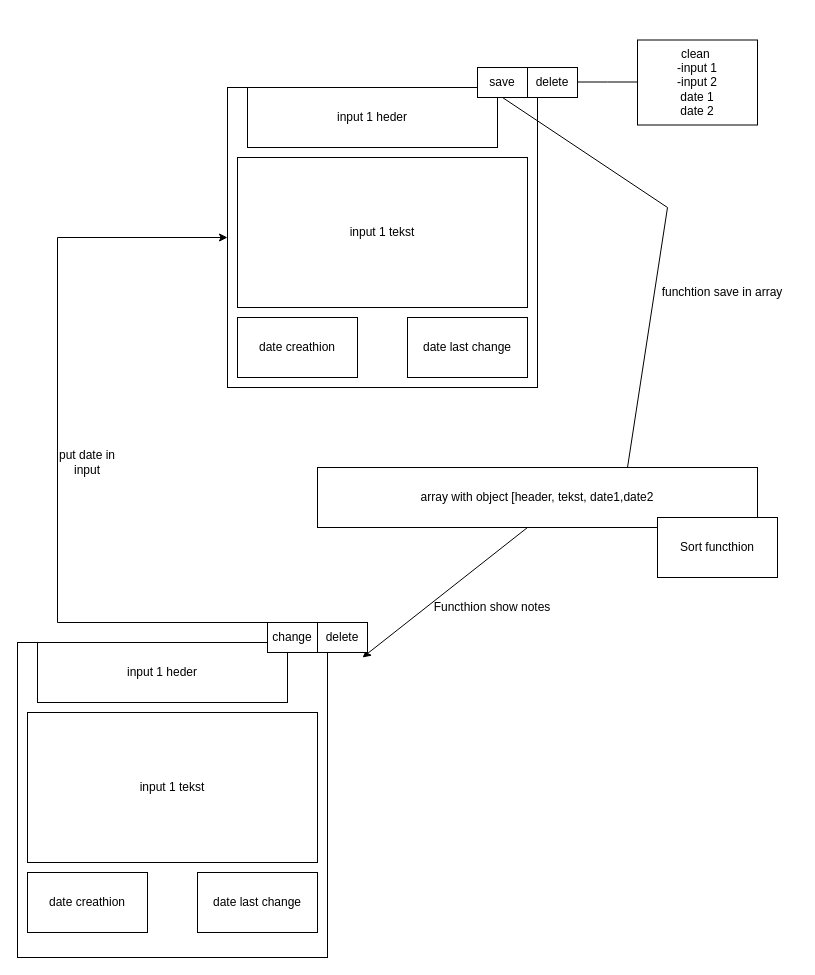
Above: design and cheme/Pj algoritm.drawio in KantIlia/react-note-project (draw.io), before the change. Source tidied: cells renumbered, new cells numbered last; positions are measured from the earlier drawing's top-left corner, leaving out a move shared by most shapes. Both pictures are drawn from the tidied source at 100%, with x=0, y=0 at pixel (17, 39).
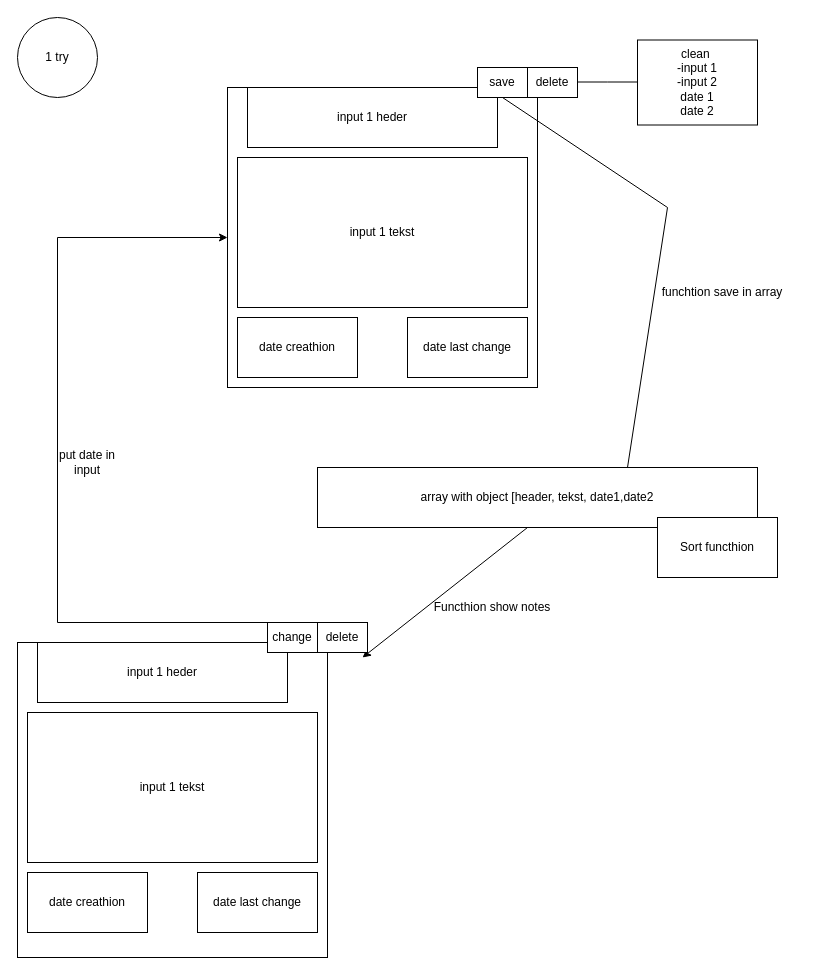
The same page after the edit.

Change to the diagram source:
```diff
@@
+    <mxCell id="26" value="1 try" style="ellipse;whiteSpace=wrap;html=1;" parent="1" vertex="1">
+      <mxGeometry y="-22" width="80" height="80" as="geometry" />
+    </mxCell>
```
